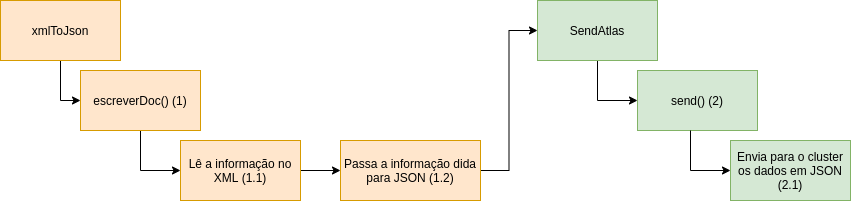
The draw.io diagram Docs/img/pipelinePython.png in GoncaloGil0/PEI-University, before a commit. Source tidied: cells renumbered, new cells last; positions are measured from the earlier drawing's top-left corner, leaving out a move shared by most shapes.
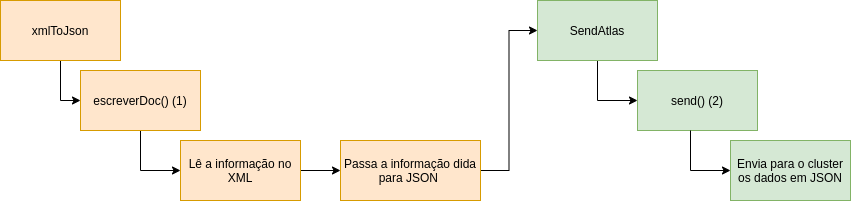
The same file after the commit.

Commit message:
atualização das imagens png dosdiagramas

Change to the diagram source:
```diff
@@ -31,19 +31,19 @@
     <mxCell id="8" style="edgeStyle=orthogonalEdgeStyle;rounded=0;jettySize=auto;html=1;" parent="1" edge="1" source="9" target="11">
       <mxGeometry relative="1" as="geometry" />
     </mxCell>
-    <mxCell id="9" value="Lê a informação no XML (1.1)" style="whiteSpace=wrap;html=1;fillColor=#ffe6cc;strokeColor=#d79b00;rounded=0;" parent="1" vertex="1">
+    <mxCell id="9" value="Lê a informação no XML" style="whiteSpace=wrap;html=1;fillColor=#ffe6cc;strokeColor=#d79b00;rounded=0;" parent="1" vertex="1">
       <mxGeometry x="180" y="140" width="120" height="60" as="geometry" />
     </mxCell>
     <mxCell id="10" style="edgeStyle=orthogonalEdgeStyle;rounded=0;jettySize=auto;html=1;entryX=0;entryY=0.5;entryDx=0;entryDy=0;" parent="1" edge="1" source="11" target="5">
       <mxGeometry relative="1" as="geometry" />
     </mxCell>
-    <mxCell id="11" value="Passa a informação dida para JSON (1.2)" style="whiteSpace=wrap;html=1;fillColor=#ffe6cc;strokeColor=#d79b00;rounded=0;" parent="1" vertex="1">
+    <mxCell id="11" value="Passa a informação dida para JSON&amp;nbsp;" style="whiteSpace=wrap;html=1;fillColor=#ffe6cc;strokeColor=#d79b00;rounded=0;" parent="1" vertex="1">
       <mxGeometry x="340" y="140" width="140" height="60" as="geometry" />
     </mxCell>
     <mxCell id="12" value="send() (2)" style="whiteSpace=wrap;html=1;fillColor=#d5e8d4;strokeColor=#82b366;rounded=0;" parent="1" vertex="1">
       <mxGeometry x="637" y="70" width="120" height="60" as="geometry" />
     </mxCell>
-    <mxCell id="13" value="Envia para o cluster os dados em JSON (2.1)" style="whiteSpace=wrap;html=1;fillColor=#d5e8d4;strokeColor=#82b366;rounded=0;" parent="1" vertex="1">
+    <mxCell id="13" value="Envia para o cluster os dados em JSON" style="whiteSpace=wrap;html=1;fillColor=#d5e8d4;strokeColor=#82b366;rounded=0;" parent="1" vertex="1">
       <mxGeometry x="730" y="140" width="120" height="60" as="geometry" />
     </mxCell>
     <mxCell id="14" style="edgeStyle=orthogonalEdgeStyle;rounded=0;orthogonalLoop=1;jettySize=auto;html=1;entryX=0;entryY=0.5;entryDx=0;entryDy=0;" parent="1" edge="1">
```
